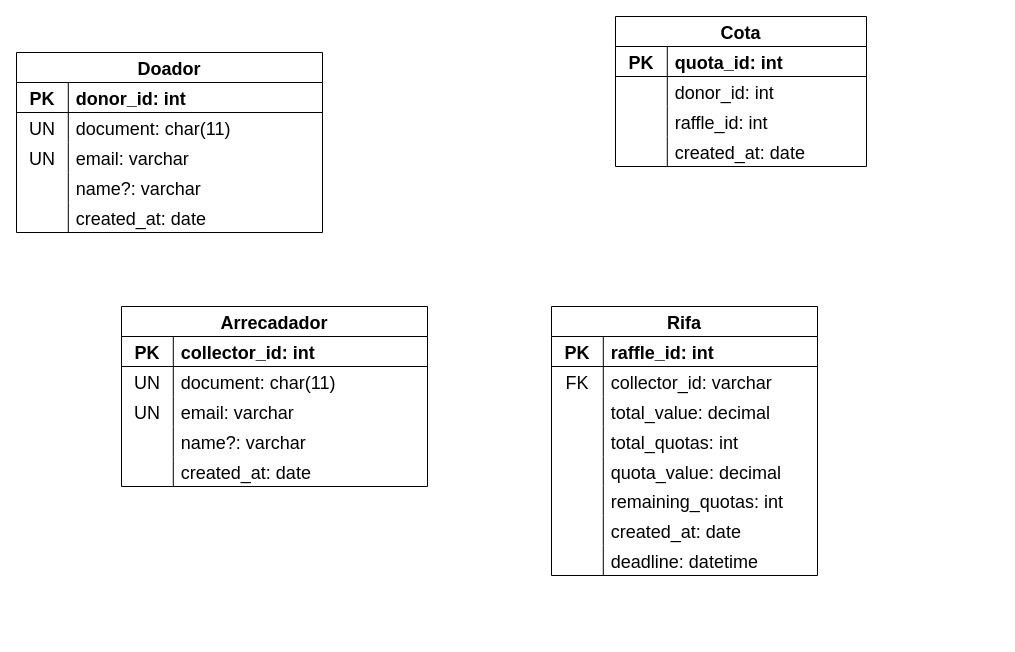
The draw.io diagram docs/diagrams/Entity-Relationship/entity-relationship-diagram.dio in itorisaias/rifinha, before the edit. Source tidied: cells renumbered, new cells numbered last; positions are measured from the earlier drawing's top-left corner, leaving out a move shared by most shapes. Both pictures are drawn from the tidied source at 100%, with x=0, y=0 at pixel (16, 16).
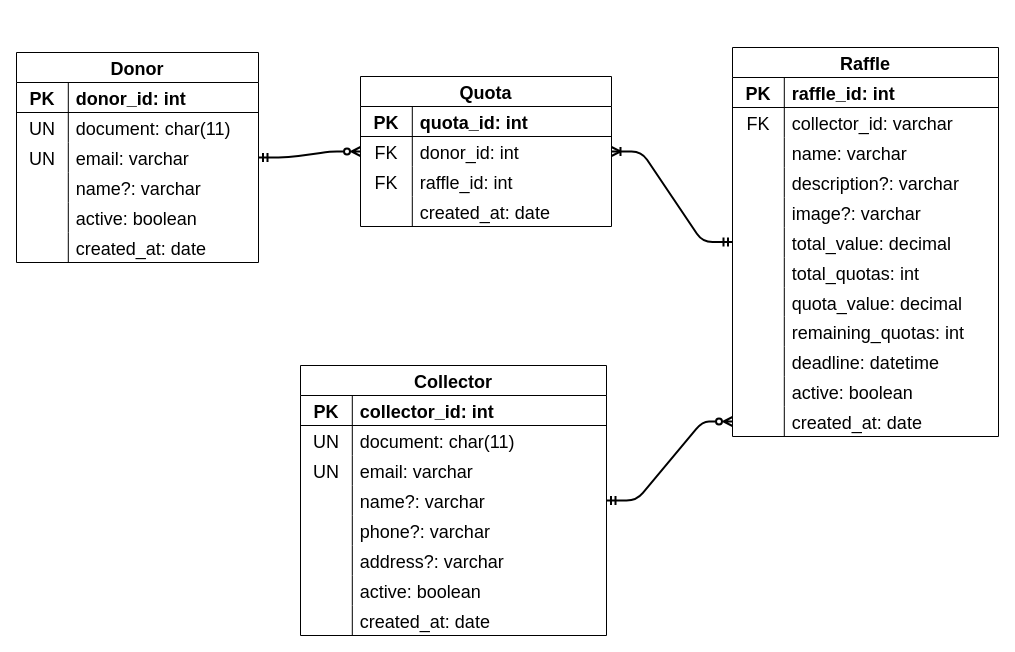
The same page after the edit.

Unchanged cells that the change refers to:
```xml
<mxCell id="47" style="shape=tableRow;horizontal=0;startSize=0;swimlaneHead=0;swimlaneBody=0;fillColor=none;top=0;left=0;right=0;bottom=0;fontSize=18;" parent="43" vertex="1">
  <mxGeometry y="60" width="251" height="30" as="geometry" />
</mxCell>
<mxCell id="50" style="shape=tableRow;horizontal=0;startSize=0;swimlaneHead=0;swimlaneBody=0;fillColor=none;top=0;left=0;right=0;bottom=0;fontSize=18;" parent="43" vertex="1">
  <mxGeometry y="90" width="251" height="30" as="geometry" />
</mxCell>
```

Diff of the diagram source:
```diff
@@
-    <mxCell id="2" value="Doador" style="shape=table;startSize=30;childLayout=tableLayout;rowLines=0;fontStyle=1;align=center;fontSize=18;" parent="1" vertex="1">
-      <mxGeometry y="36" width="306" height="180" as="geometry" />
+    <mxCell id="2" value="Donor" style="shape=table;startSize=30;childLayout=tableLayout;rowLines=0;fontStyle=1;align=center;fontSize=18;" parent="1" vertex="1">
+      <mxGeometry y="36" width="242" height="210" as="geometry" />
     </mxCell>
     <mxCell id="3" style="shape=tableRow;horizontal=0;startSize=0;swimlaneHead=0;swimlaneBody=0;fillColor=none;top=0;left=0;right=0;bottom=1;fontSize=18;" parent="2" vertex="1">
-      <mxGeometry y="30" width="306" height="30" as="geometry" />
+      <mxGeometry y="30" width="242" height="30" as="geometry" />
     </mxCell>
@@
     <mxCell id="5" value="donor_id: int" style="shape=partialRectangle;fillColor=none;top=0;left=0;bottom=0;right=0;align=left;spacingLeft=6;fontStyle=1;overflow=hidden;fontSize=18;" parent="3" vertex="1">
-      <mxGeometry x="51.8" width="254.2" height="30" as="geometry" />
+      <mxGeometry x="51.8" width="190.2" height="30" as="geometry" />
     </mxCell>
     <mxCell id="6" style="shape=tableRow;horizontal=0;startSize=0;swimlaneHead=0;swimlaneBody=0;fillColor=none;top=0;left=0;right=0;bottom=0;fontSize=18;" parent="2" vertex="1">
-      <mxGeometry y="60" width="306" height="30" as="geometry" />
+      <mxGeometry y="60" width="242" height="30" as="geometry" />
     </mxCell>
@@
     <mxCell id="8" value="document: char(11)" style="shape=partialRectangle;fillColor=none;top=0;left=0;bottom=0;right=0;align=left;spacingLeft=6;overflow=hidden;fontSize=18;" parent="6" vertex="1">
-      <mxGeometry x="51.8" width="254.2" height="30" as="geometry" />
+      <mxGeometry x="51.8" width="190.2" height="30" as="geometry" />
     </mxCell>
     <mxCell id="9" style="shape=tableRow;horizontal=0;startSize=0;swimlaneHead=0;swimlaneBody=0;fillColor=none;top=0;left=0;right=0;bottom=0;fontSize=18;" parent="2" vertex="1">
-      <mxGeometry y="90" width="306" height="30" as="geometry" />
+      <mxGeometry y="90" width="242" height="30" as="geometry" />
     </mxCell>
@@
     <mxCell id="11" value="email: varchar" style="shape=partialRectangle;fillColor=none;top=0;left=0;bottom=0;right=0;align=left;spacingLeft=6;overflow=hidden;fontSize=18;" parent="9" vertex="1">
-      <mxGeometry x="51.8" width="254.2" height="30" as="geometry" />
+      <mxGeometry x="51.8" width="190.2" height="30" as="geometry" />
     </mxCell>
     <mxCell id="12" style="shape=tableRow;horizontal=0;startSize=0;swimlaneHead=0;swimlaneBody=0;fillColor=none;top=0;left=0;right=0;bottom=0;fontSize=18;" parent="2" vertex="1">
-      <mxGeometry y="120" width="306" height="30" as="geometry" />
+      <mxGeometry y="120" width="242" height="30" as="geometry" />
     </mxCell>
@@
     <mxCell id="14" value="name?: varchar" style="shape=partialRectangle;fillColor=none;top=0;left=0;bottom=0;right=0;align=left;spacingLeft=6;overflow=hidden;fontSize=18;" parent="12" vertex="1">
-      <mxGeometry x="51.8" width="254.2" height="30" as="geometry" />
+      <mxGeometry x="51.8" width="190.2" height="30" as="geometry" />
     </mxCell>
+    <mxCell id="72" style="shape=tableRow;horizontal=0;startSize=0;swimlaneHead=0;swimlaneBody=0;fillColor=none;top=0;left=0;right=0;bottom=0;fontSize=18;" parent="2" vertex="1">
+      <mxGeometry y="150" width="242" height="30" as="geometry" />
+    </mxCell>
+    <mxCell id="73" style="shape=partialRectangle;fillColor=none;top=0;left=0;bottom=0;right=0;overflow=hidden;fontSize=18;" parent="72" vertex="1">
+      <mxGeometry width="51.8" height="30" as="geometry" />
+    </mxCell>
+    <mxCell id="74" value="active: boolean" style="shape=partialRectangle;fillColor=none;top=0;left=0;bottom=0;right=0;align=left;spacingLeft=6;overflow=hidden;fontSize=18;" parent="72" vertex="1">
+      <mxGeometry x="51.8" width="190.2" height="30" as="geometry" />
+    </mxCell>
     <mxCell id="15" style="shape=tableRow;horizontal=0;startSize=0;swimlaneHead=0;swimlaneBody=0;fillColor=none;top=0;left=0;right=0;bottom=0;fontSize=18;" parent="2" vertex="1">
-      <mxGeometry y="150" width="306" height="30" as="geometry" />
+      <mxGeometry y="180" width="242" height="30" as="geometry" />
     </mxCell>
@@
     <mxCell id="17" value="created_at: date" style="shape=partialRectangle;fillColor=none;top=0;left=0;bottom=0;right=0;align=left;spacingLeft=6;overflow=hidden;fontSize=18;" parent="15" vertex="1">
-      <mxGeometry x="51.8" width="254.2" height="30" as="geometry" />
+      <mxGeometry x="51.8" width="190.2" height="30" as="geometry" />
     </mxCell>
-    <mxCell id="18" value="Rifa" style="shape=table;startSize=30;childLayout=tableLayout;rowLines=0;fontStyle=1;align=center;fontSize=18;" parent="1" vertex="1">
-      <mxGeometry x="535" y="290" width="266" height="269" as="geometry" />
+    <mxCell id="18" value="Raffle" style="shape=table;startSize=30;childLayout=tableLayout;rowLines=0;fontStyle=1;align=center;fontSize=18;" parent="1" vertex="1">
+      <mxGeometry x="716" y="31" width="266" height="389" as="geometry" />
     </mxCell>
@@
+    <mxCell id="75" style="shape=tableRow;horizontal=0;startSize=0;swimlaneHead=0;swimlaneBody=0;fillColor=none;top=0;left=0;right=0;bottom=0;fontSize=18;" parent="18" vertex="1">
+      <mxGeometry y="90" width="266" height="30" as="geometry" />
+    </mxCell>
+    <mxCell id="76" style="shape=partialRectangle;fillColor=none;top=0;left=0;bottom=0;right=0;overflow=hidden;fontSize=18;" parent="75" vertex="1">
+      <mxGeometry width="51.8" height="30" as="geometry" />
+    </mxCell>
+    <mxCell id="77" value="name: varchar" style="shape=partialRectangle;fillColor=none;top=0;left=0;bottom=0;right=0;align=left;spacingLeft=6;overflow=hidden;fontSize=18;" parent="75" vertex="1">
+      <mxGeometry x="51.8" width="214.2" height="30" as="geometry" />
+    </mxCell>
+    <mxCell id="78" style="shape=tableRow;horizontal=0;startSize=0;swimlaneHead=0;swimlaneBody=0;fillColor=none;top=0;left=0;right=0;bottom=0;fontSize=18;" parent="18" vertex="1">
+      <mxGeometry y="120" width="266" height="30" as="geometry" />
+    </mxCell>
+    <mxCell id="79" style="shape=partialRectangle;fillColor=none;top=0;left=0;bottom=0;right=0;overflow=hidden;fontSize=18;" parent="78" vertex="1">
+      <mxGeometry width="51.8" height="30" as="geometry" />
+    </mxCell>
+    <mxCell id="80" value="description?: varchar" style="shape=partialRectangle;fillColor=none;top=0;left=0;bottom=0;right=0;align=left;spacingLeft=6;overflow=hidden;fontSize=18;" parent="78" vertex="1">
+      <mxGeometry x="51.8" width="214.2" height="30" as="geometry" />
+    </mxCell>
+    <mxCell id="81" style="shape=tableRow;horizontal=0;startSize=0;swimlaneHead=0;swimlaneBody=0;fillColor=none;top=0;left=0;right=0;bottom=0;fontSize=18;" parent="18" vertex="1">
+      <mxGeometry y="150" width="266" height="30" as="geometry" />
+    </mxCell>
+    <mxCell id="82" style="shape=partialRectangle;fillColor=none;top=0;left=0;bottom=0;right=0;overflow=hidden;fontSize=18;" parent="81" vertex="1">
+      <mxGeometry width="51.8" height="30" as="geometry" />
+    </mxCell>
+    <mxCell id="83" value="image?: varchar" style="shape=partialRectangle;fillColor=none;top=0;left=0;bottom=0;right=0;align=left;spacingLeft=6;overflow=hidden;fontSize=18;" parent="81" vertex="1">
+      <mxGeometry x="51.8" width="214.2" height="30" as="geometry" />
+    </mxCell>
     <mxCell id="25" style="shape=tableRow;horizontal=0;startSize=0;swimlaneHead=0;swimlaneBody=0;fillColor=none;top=0;left=0;right=0;bottom=0;fontSize=18;" parent="18" vertex="1">
-      <mxGeometry y="90" width="266" height="30" as="geometry" />
+      <mxGeometry y="180" width="266" height="30" as="geometry" />
     </mxCell>
@@
     <mxCell id="28" style="shape=tableRow;horizontal=0;startSize=0;swimlaneHead=0;swimlaneBody=0;fillColor=none;top=0;left=0;right=0;bottom=0;fontSize=18;" parent="18" vertex="1">
-      <mxGeometry y="120" width="266" height="30" as="geometry" />
+      <mxGeometry y="210" width="266" height="30" as="geometry" />
     </mxCell>
@@
     <mxCell id="31" style="shape=tableRow;horizontal=0;startSize=0;swimlaneHead=0;swimlaneBody=0;fillColor=none;top=0;left=0;right=0;bottom=0;fontSize=18;" parent="18" vertex="1">
-      <mxGeometry y="150" width="266" height="29" as="geometry" />
+      <mxGeometry y="240" width="266" height="29" as="geometry" />
     </mxCell>
@@
     <mxCell id="34" style="shape=tableRow;horizontal=0;startSize=0;swimlaneHead=0;swimlaneBody=0;fillColor=none;top=0;left=0;right=0;bottom=0;fontSize=18;" parent="18" vertex="1">
-      <mxGeometry y="179" width="266" height="30" as="geometry" />
+      <mxGeometry y="269" width="266" height="30" as="geometry" />
     </mxCell>
@@
+    <mxCell id="40" style="shape=tableRow;horizontal=0;startSize=0;swimlaneHead=0;swimlaneBody=0;fillColor=none;top=0;left=0;right=0;bottom=0;fontSize=18;" parent="18" vertex="1">
+      <mxGeometry y="299" width="266" height="30" as="geometry" />
+    </mxCell>
+    <mxCell id="41" style="shape=partialRectangle;fillColor=none;top=0;left=0;bottom=0;right=0;overflow=hidden;fontSize=18;" parent="40" vertex="1">
+      <mxGeometry width="51.8" height="30" as="geometry" />
+    </mxCell>
+    <mxCell id="42" value="deadline: datetime" style="shape=partialRectangle;fillColor=none;top=0;left=0;bottom=0;right=0;align=left;spacingLeft=6;overflow=hidden;fontSize=18;" parent="40" vertex="1">
+      <mxGeometry x="51.8" width="214.2" height="30" as="geometry" />
+    </mxCell>
+    <mxCell id="84" style="shape=tableRow;horizontal=0;startSize=0;swimlaneHead=0;swimlaneBody=0;fillColor=none;top=0;left=0;right=0;bottom=0;fontSize=18;" parent="18" vertex="1">
+      <mxGeometry y="329" width="266" height="30" as="geometry" />
+    </mxCell>
+    <mxCell id="85" style="shape=partialRectangle;fillColor=none;top=0;left=0;bottom=0;right=0;overflow=hidden;fontSize=18;" parent="84" vertex="1">
+      <mxGeometry width="51.8" height="30" as="geometry" />
+    </mxCell>
+    <mxCell id="86" value="active: boolean" style="shape=partialRectangle;fillColor=none;top=0;left=0;bottom=0;right=0;align=left;spacingLeft=6;overflow=hidden;fontSize=18;" parent="84" vertex="1">
+      <mxGeometry x="51.8" width="214.2" height="30" as="geometry" />
+    </mxCell>
     <mxCell id="37" style="shape=tableRow;horizontal=0;startSize=0;swimlaneHead=0;swimlaneBody=0;fillColor=none;points=[[0,0.5],[1,0.5]];portConstraint=eastwest;top=0;left=0;right=0;bottom=0;fontSize=18;" parent="18" vertex="1">
-      <mxGeometry y="209" width="266" height="30" as="geometry" />
+      <mxGeometry y="359" width="266" height="30" as="geometry" />
     </mxCell>
@@
-    <mxCell id="40" style="shape=tableRow;horizontal=0;startSize=0;swimlaneHead=0;swimlaneBody=0;fillColor=none;top=0;left=0;right=0;bottom=0;fontSize=18;" parent="18" vertex="1">
-      <mxGeometry y="239" width="266" height="30" as="geometry" />
-    </mxCell>
-    <mxCell id="41" style="shape=partialRectangle;fillColor=none;top=0;left=0;bottom=0;right=0;overflow=hidden;fontSize=18;" parent="40" vertex="1">
-      <mxGeometry width="51.8" height="30" as="geometry" />
-    </mxCell>
-    <mxCell id="42" value="deadline: datetime" style="shape=partialRectangle;fillColor=none;top=0;left=0;bottom=0;right=0;align=left;spacingLeft=6;overflow=hidden;fontSize=18;" parent="40" vertex="1">
-      <mxGeometry x="51.8" width="214.2" height="30" as="geometry" />
-    </mxCell>
-    <mxCell id="43" value="Cota" style="shape=table;startSize=30;childLayout=tableLayout;rowLines=0;fontStyle=1;align=center;fontSize=18;" parent="1" vertex="1">
-      <mxGeometry x="599" width="251" height="150" as="geometry" />
+    <mxCell id="43" value="Quota" style="shape=table;startSize=30;childLayout=tableLayout;rowLines=0;fontStyle=1;align=center;fontSize=18;" parent="1" vertex="1">
+      <mxGeometry x="344" y="60" width="251" height="150" as="geometry" />
     </mxCell>
@@
-    <mxCell id="48" style="shape=partialRectangle;fillColor=none;top=0;left=0;bottom=0;right=0;overflow=hidden;fontSize=18;" parent="47" vertex="1">
+    <mxCell id="48" value="FK" style="shape=partialRectangle;fillColor=none;top=0;left=0;bottom=0;right=0;overflow=hidden;fontSize=18;" parent="47" vertex="1">
       <mxGeometry width="51.8" height="30" as="geometry" />
     </mxCell>
@@
-    <mxCell id="51" style="shape=partialRectangle;fillColor=none;top=0;left=0;bottom=0;right=0;overflow=hidden;fontSize=18;" parent="50" vertex="1">
+    <mxCell id="51" value="FK" style="shape=partialRectangle;fillColor=none;top=0;left=0;bottom=0;right=0;overflow=hidden;fontSize=18;" parent="50" vertex="1">
       <mxGeometry width="51.8" height="30" as="geometry" />
     </mxCell>
@@
-    <mxCell id="56" value="Arrecadador" style="shape=table;startSize=30;childLayout=tableLayout;rowLines=0;fontStyle=1;align=center;fontSize=18;" parent="1" vertex="1">
-      <mxGeometry x="105" y="290" width="306" height="180" as="geometry" />
+    <mxCell id="56" value="Collector" style="shape=table;startSize=30;childLayout=tableLayout;rowLines=0;fontStyle=1;align=center;fontSize=18;" parent="1" vertex="1">
+      <mxGeometry x="284" y="349" width="306" height="270" as="geometry" />
     </mxCell>
@@
+    <mxCell id="87" style="shape=tableRow;horizontal=0;startSize=0;swimlaneHead=0;swimlaneBody=0;fillColor=none;top=0;left=0;right=0;bottom=0;fontSize=18;" parent="56" vertex="1">
+      <mxGeometry y="150" width="306" height="30" as="geometry" />
+    </mxCell>
+    <mxCell id="88" style="shape=partialRectangle;fillColor=none;top=0;left=0;bottom=0;right=0;overflow=hidden;fontSize=18;" parent="87" vertex="1">
+      <mxGeometry width="51.8" height="30" as="geometry" />
+    </mxCell>
+    <mxCell id="89" value="phone?: varchar" style="shape=partialRectangle;fillColor=none;top=0;left=0;bottom=0;right=0;align=left;spacingLeft=6;overflow=hidden;fontSize=18;" parent="87" vertex="1">
+      <mxGeometry x="51.8" width="254.2" height="30" as="geometry" />
+    </mxCell>
+    <mxCell id="90" style="shape=tableRow;horizontal=0;startSize=0;swimlaneHead=0;swimlaneBody=0;fillColor=none;top=0;left=0;right=0;bottom=0;fontSize=18;" parent="56" vertex="1">
+      <mxGeometry y="180" width="306" height="30" as="geometry" />
+    </mxCell>
+    <mxCell id="91" style="shape=partialRectangle;fillColor=none;top=0;left=0;bottom=0;right=0;overflow=hidden;fontSize=18;" parent="90" vertex="1">
+      <mxGeometry width="51.8" height="30" as="geometry" />
+    </mxCell>
+    <mxCell id="92" value="address?: varchar" style="shape=partialRectangle;fillColor=none;top=0;left=0;bottom=0;right=0;align=left;spacingLeft=6;overflow=hidden;fontSize=18;" parent="90" vertex="1">
+      <mxGeometry x="51.8" width="254.2" height="30" as="geometry" />
+    </mxCell>
+    <mxCell id="93" style="shape=tableRow;horizontal=0;startSize=0;swimlaneHead=0;swimlaneBody=0;fillColor=none;top=0;left=0;right=0;bottom=0;fontSize=18;" parent="56" vertex="1">
+      <mxGeometry y="210" width="306" height="30" as="geometry" />
+    </mxCell>
+    <mxCell id="94" style="shape=partialRectangle;fillColor=none;top=0;left=0;bottom=0;right=0;overflow=hidden;fontSize=18;" parent="93" vertex="1">
+      <mxGeometry width="51.8" height="30" as="geometry" />
+    </mxCell>
+    <mxCell id="95" value="active: boolean" style="shape=partialRectangle;fillColor=none;top=0;left=0;bottom=0;right=0;align=left;spacingLeft=6;overflow=hidden;fontSize=18;" parent="93" vertex="1">
+      <mxGeometry x="51.8" width="254.2" height="30" as="geometry" />
+    </mxCell>
     <mxCell id="69" style="shape=tableRow;horizontal=0;startSize=0;swimlaneHead=0;swimlaneBody=0;fillColor=none;top=0;left=0;right=0;bottom=0;fontSize=18;" parent="56" vertex="1">
-      <mxGeometry y="150" width="306" height="30" as="geometry" />
+      <mxGeometry y="240" width="306" height="30" as="geometry" />
     </mxCell>
@@
+    <mxCell id="96" style="edgeStyle=entityRelationEdgeStyle;fontSize=12;html=1;endArrow=ERzeroToMany;startArrow=ERmandOne;strokeWidth=2;endFill=0;" parent="1" edge="1" source="2" target="43">
+      <mxGeometry relative="1" as="geometry" />
+    </mxCell>
+    <mxCell id="97" style="edgeStyle=entityRelationEdgeStyle;fontSize=12;html=1;endArrow=ERoneToMany;startArrow=ERmandOne;strokeWidth=2;" parent="1" edge="1" source="18" target="43">
+      <mxGeometry relative="1" as="geometry" />
+    </mxCell>
+    <mxCell id="98" style="edgeStyle=entityRelationEdgeStyle;fontSize=12;html=1;endArrow=ERzeroToMany;startArrow=ERmandOne;strokeWidth=2;entryX=0;entryY=0.5;entryDx=0;entryDy=0;endFill=0;targetPerimeterSpacing=1;" parent="1" edge="1" source="56" target="37">
+      <mxGeometry relative="1" as="geometry" />
+    </mxCell>
```
